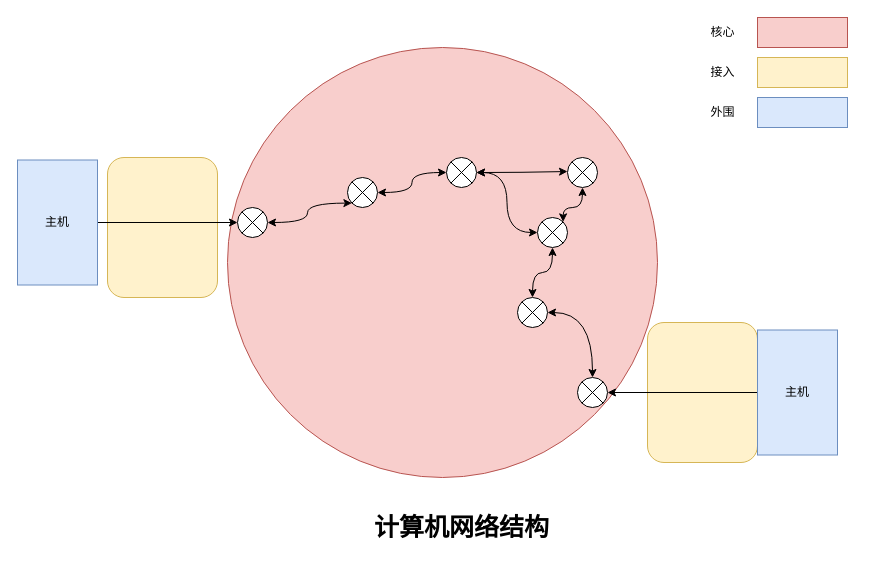
Before: 计算机网络/计算机网络结构.drawio in wenxuan-ping/picture, a draw.io diagram. Source tidied: cells renumbered, new cells numbered last; positions are measured from the earlier drawing's top-left corner, leaving out a move shared by most shapes. Both pictures are drawn from the tidied source at 100%, with x=0, y=0 at pixel (17, 17).
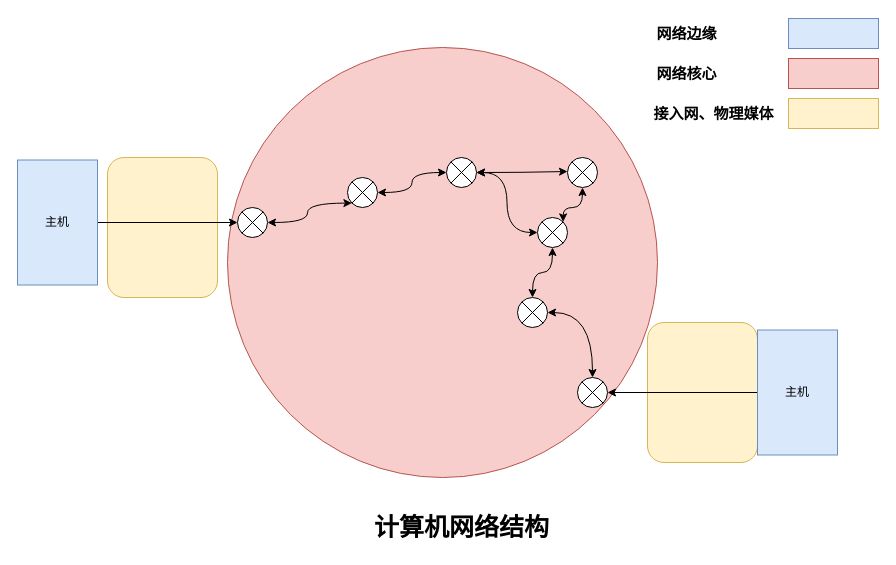
The same page after the edit.

Commit message (it also covers changes not shown here):
更新计算机网络结构.drawio

Diff of the diagram source:
```diff
@@
-    <mxCell id="23" style="rounded=0;whiteSpace=wrap;html=1;fillColor=#f8cecc;strokeColor=#b85450;" parent="1" vertex="1">
-      <mxGeometry x="740" width="90" height="30" as="geometry" />
+    <mxCell id="23" style="rounded=0;whiteSpace=wrap;html=1;fillColor=#dae8fc;strokeColor=#6c8ebf;" parent="1" vertex="1">
+      <mxGeometry x="771" y="1" width="90" height="30" as="geometry" />
     </mxCell>
-    <mxCell id="24" value="核心" style="text;html=1;align=center;verticalAlign=middle;strokeColor=none;fillColor=none;" parent="1" vertex="1">
-      <mxGeometry x="680" width="50" height="30" as="geometry" />
+    <mxCell id="24" value="&lt;b&gt;&lt;font style=&quot;font-size: 15px;&quot;&gt;网络边缘&lt;/font&gt;&lt;/b&gt;" style="text;html=1;align=center;verticalAlign=middle;strokeColor=none;fillColor=none;" parent="1" vertex="1">
+      <mxGeometry x="630" y="1" width="78" height="30" as="geometry" />
     </mxCell>
-    <mxCell id="25" style="rounded=0;whiteSpace=wrap;html=1;fillColor=#fff2cc;strokeColor=#d6b656;" parent="1" vertex="1">
-      <mxGeometry x="740" y="40" width="90" height="30" as="geometry" />
+    <mxCell id="25" style="rounded=0;whiteSpace=wrap;html=1;fillColor=#f8cecc;strokeColor=#b85450;" parent="1" vertex="1">
+      <mxGeometry x="771" y="41" width="90" height="30" as="geometry" />
     </mxCell>
-    <mxCell id="26" value="接入" style="text;html=1;align=center;verticalAlign=middle;strokeColor=none;fillColor=none;" parent="1" vertex="1">
-      <mxGeometry x="680" y="40" width="50" height="30" as="geometry" />
+    <mxCell id="26" value="&lt;b&gt;&lt;font style=&quot;font-size: 15px;&quot;&gt;网络核心&lt;/font&gt;&lt;/b&gt;" style="text;html=1;align=center;verticalAlign=middle;strokeColor=none;fillColor=none;" parent="1" vertex="1">
+      <mxGeometry x="630" y="41" width="78" height="30" as="geometry" />
     </mxCell>
-    <mxCell id="27" style="rounded=0;whiteSpace=wrap;html=1;fillColor=#dae8fc;strokeColor=#6c8ebf;" parent="1" vertex="1">
-      <mxGeometry x="740" y="80" width="90" height="30" as="geometry" />
+    <mxCell id="27" style="rounded=0;whiteSpace=wrap;html=1;fillColor=#fff2cc;strokeColor=#d6b656;" parent="1" vertex="1">
+      <mxGeometry x="771" y="81" width="90" height="30" as="geometry" />
     </mxCell>
-    <mxCell id="28" value="外围" style="text;html=1;align=center;verticalAlign=middle;strokeColor=none;fillColor=none;" parent="1" vertex="1">
-      <mxGeometry x="680" y="80" width="50" height="30" as="geometry" />
+    <mxCell id="28" value="&lt;b&gt;&lt;font style=&quot;font-size: 15px;&quot;&gt;接入网、物理媒体&lt;/font&gt;&lt;/b&gt;" style="text;html=1;align=center;verticalAlign=middle;strokeColor=none;fillColor=none;" parent="1" vertex="1">
+      <mxGeometry x="627" y="81" width="138" height="30" as="geometry" />
     </mxCell>
```
